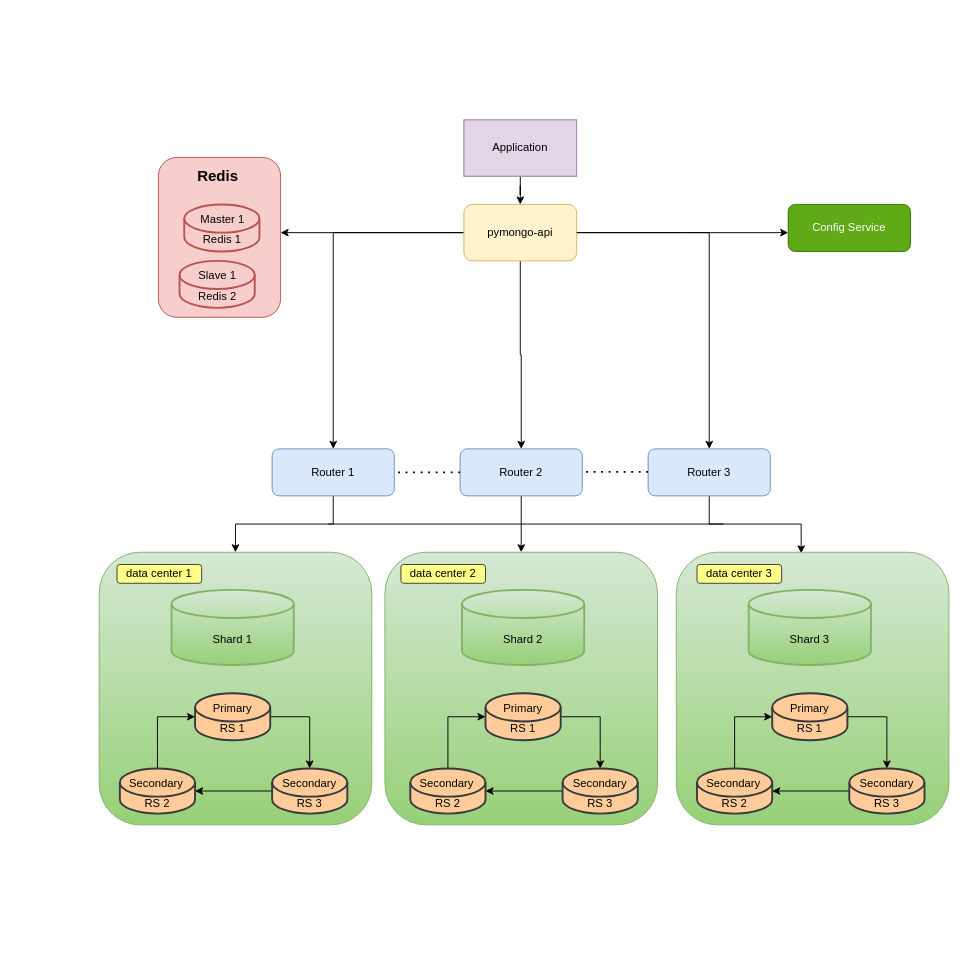
Before: page "sharding-repl-cache" (3 of 5) of task1.drawio in laksan1/architecture-sprint-2, a draw.io diagram. Source tidied: cells renumbered, new cells numbered last; positions are measured from the earlier drawing's top-left corner, leaving out a move shared by most shapes. Both pictures are drawn from the tidied source at 94%, with x=0, y=0 at pixel (99, 119).
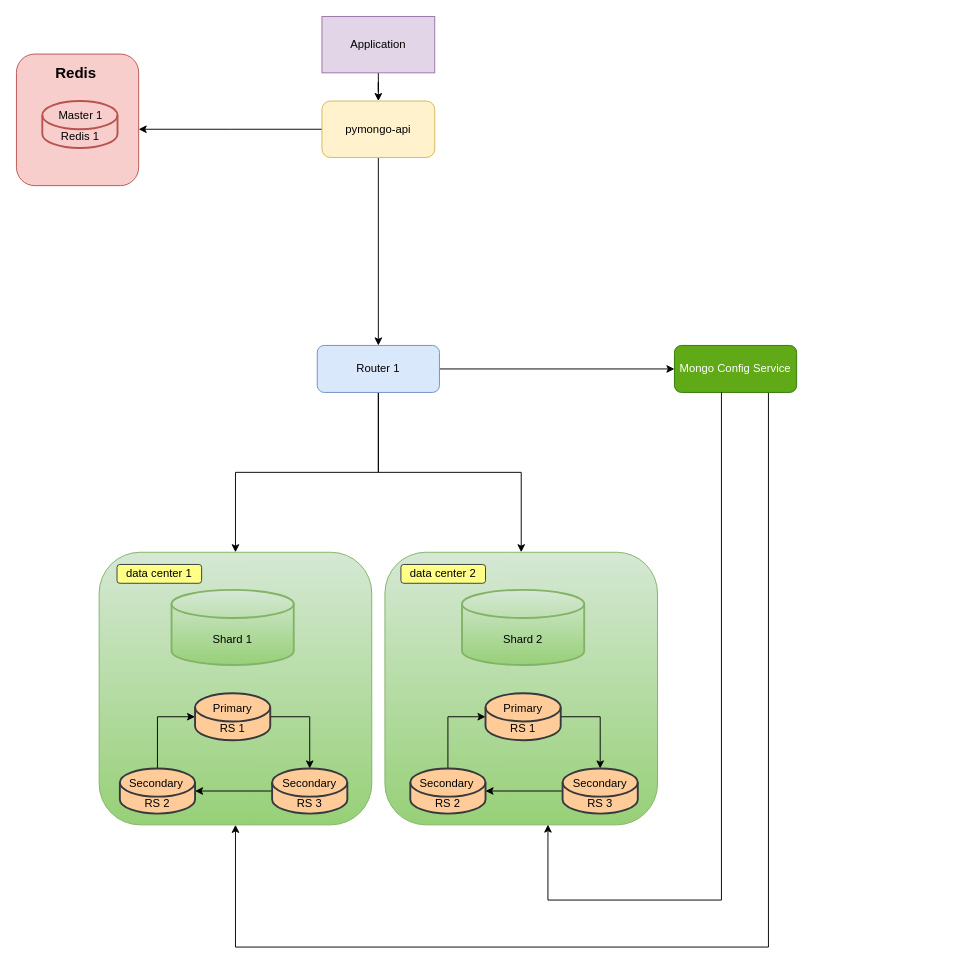
Above is the later version.

Unchanged cells that the change refers to:
```xml
<mxCell id="2" style="rounded=1;whiteSpace=wrap;html=1;fillColor=#d5e8d4;strokeColor=#82b366;gradientColor=#97d077;" parent="1" vertex="1">
  <mxGeometry y="460" width="290" height="290" as="geometry" />
</mxCell>
<mxCell id="30" style="rounded=1;whiteSpace=wrap;html=1;fillColor=#d5e8d4;strokeColor=#82b366;gradientColor=#97d077;" parent="1" vertex="1">
  <mxGeometry x="304" y="460" width="290" height="290" as="geometry" />
</mxCell>
```

What changed in the source:
```diff
@@
     <mxCell id="4" value="Application" style="rounded=0;whiteSpace=wrap;html=1;fillColor=#e1d5e7;strokeColor=#9673a6;" parent="1" vertex="1">
-      <mxGeometry x="388" width="120" height="60" as="geometry" />
+      <mxGeometry x="237" y="-110" width="120" height="60" as="geometry" />
     </mxCell>
-    <mxCell id="5" style="edgeStyle=orthogonalEdgeStyle;rounded=0;jettySize=auto;html=1;" parent="1" edge="1" source="6" target="2">
-      <mxGeometry relative="1" as="geometry" />
-    </mxCell>
-    <mxCell id="6" value="Router 1" style="rounded=1;whiteSpace=wrap;html=1;fillColor=#dae8fc;strokeColor=#6c8ebf;" parent="1" vertex="1">
-      <mxGeometry x="184" y="350" width="130" height="50" as="geometry" />
-    </mxCell>
@@
+    <mxCell id="62" style="edgeStyle=orthogonalEdgeStyle;rounded=0;jettySize=auto;html=1;entryX=0.5;entryY=0;entryDx=0;entryDy=0;" parent="1" edge="1" source="8" target="2">
+      <mxGeometry relative="1" as="geometry" />
+    </mxCell>
+    <mxCell id="63" style="edgeStyle=orthogonalEdgeStyle;rounded=0;jettySize=auto;html=1;entryX=0;entryY=0.5;entryDx=0;entryDy=0;" parent="1" edge="1" source="8" target="16">
+      <mxGeometry relative="1" as="geometry" />
+    </mxCell>
-    <mxCell id="8" value="Router 2" style="rounded=1;whiteSpace=wrap;html=1;fillColor=#dae8fc;strokeColor=#6c8ebf;" parent="1" vertex="1">
-      <mxGeometry x="384" y="350" width="130" height="50" as="geometry" />
+    <mxCell id="8" value="Router 1" style="rounded=1;whiteSpace=wrap;html=1;fillColor=#dae8fc;strokeColor=#6c8ebf;" parent="1" vertex="1">
+      <mxGeometry x="232" y="240" width="130" height="50" as="geometry" />
     </mxCell>
-    <mxCell id="9" style="edgeStyle=orthogonalEdgeStyle;rounded=0;jettySize=auto;html=1;entryX=0.458;entryY=0.004;entryDx=0;entryDy=0;entryPerimeter=0;" parent="1" edge="1" source="10" target="41">
-      <mxGeometry relative="1" as="geometry" />
-    </mxCell>
-    <mxCell id="10" value="Router 3" style="rounded=1;whiteSpace=wrap;html=1;fillColor=#dae8fc;strokeColor=#6c8ebf;" parent="1" vertex="1">
-      <mxGeometry x="584" y="350" width="130" height="50" as="geometry" />
-    </mxCell>
-    <mxCell id="11" style="edgeStyle=orthogonalEdgeStyle;rounded=0;jettySize=auto;html=1;entryX=0.5;entryY=0;entryDx=0;entryDy=0;" parent="1" edge="1" source="15" target="10">
-      <mxGeometry relative="1" as="geometry" />
-    </mxCell>
+    <mxCell id="14" style="edgeStyle=orthogonalEdgeStyle;rounded=0;jettySize=auto;html=1;" parent="1" edge="1" source="15">
+      <mxGeometry relative="1" as="geometry">
+        <mxPoint x="42" y="10" as="targetPoint" />
+      </mxGeometry>
+    </mxCell>
-    <mxCell id="12" style="edgeStyle=orthogonalEdgeStyle;rounded=0;jettySize=auto;html=1;" parent="1" edge="1" source="15" target="8">
+    <mxCell id="12" style="edgeStyle=orthogonalEdgeStyle;rounded=0;jettySize=auto;html=1;entryX=0.5;entryY=0;entryDx=0;entryDy=0;" parent="1" edge="1" source="15" target="8">
       <mxGeometry relative="1" as="geometry" />
     </mxCell>
-    <mxCell id="13" style="edgeStyle=orthogonalEdgeStyle;rounded=0;jettySize=auto;html=1;entryX=0.5;entryY=0;entryDx=0;entryDy=0;" parent="1" edge="1" source="15" target="6">
-      <mxGeometry relative="1" as="geometry" />
-    </mxCell>
-    <mxCell id="14" style="edgeStyle=orthogonalEdgeStyle;rounded=0;jettySize=auto;html=1;" parent="1" edge="1" source="15">
-      <mxGeometry relative="1" as="geometry">
-        <mxPoint x="193" y="120" as="targetPoint" />
-      </mxGeometry>
-    </mxCell>
     <mxCell id="15" value="pymongo-api" style="rounded=1;whiteSpace=wrap;html=1;fillColor=#fff2cc;strokeColor=#d6b656;" parent="1" vertex="1">
-      <mxGeometry x="388" y="90" width="120" height="60" as="geometry" />
+      <mxGeometry x="237" y="-20" width="120" height="60" as="geometry" />
     </mxCell>
+    <mxCell id="64" style="edgeStyle=orthogonalEdgeStyle;rounded=0;jettySize=auto;html=1;entryX=0.5;entryY=1;entryDx=0;entryDy=0;" parent="1" edge="1" source="16" target="2">
+      <mxGeometry relative="1" as="geometry">
+        <Array as="points">
+          <mxPoint x="712" y="880" />
+          <mxPoint x="145" y="880" />
+        </Array>
+      </mxGeometry>
+    </mxCell>
-    <mxCell id="16" value="Config Service" style="rounded=1;whiteSpace=wrap;html=1;fillColor=#60a917;fontColor=#ffffff;strokeColor=#2D7600;" parent="1" vertex="1">
-      <mxGeometry x="733" y="90" width="130" height="50" as="geometry" />
+    <mxCell id="16" value="Mongo Config Service" style="rounded=1;whiteSpace=wrap;html=1;fillColor=#60a917;fontColor=#ffffff;strokeColor=#2D7600;" parent="1" vertex="1">
+      <mxGeometry x="612" y="240" width="130" height="50" as="geometry" />
     </mxCell>
@@
-    <mxCell id="18" style="endArrow=none;dashed=1;html=1;dashPattern=1 3;strokeWidth=2;rounded=0;entryX=1;entryY=0.5;entryDx=0;entryDy=0;exitX=0;exitY=0.5;exitDx=0;exitDy=0;" parent="1" edge="1" source="8" target="6">
-      <mxGeometry relative="1" as="geometry" />
-    </mxCell>
-    <mxCell id="19" style="endArrow=none;dashed=1;html=1;dashPattern=1 3;strokeWidth=2;rounded=0;entryX=1;entryY=0.5;entryDx=0;entryDy=0;exitX=0;exitY=0.5;exitDx=0;exitDy=0;" parent="1" edge="1">
-      <mxGeometry relative="1" as="geometry">
-        <mxPoint x="584" y="374.5" as="sourcePoint" />
-        <mxPoint x="514" y="374.5" as="targetPoint" />
-      </mxGeometry>
-    </mxCell>
-    <mxCell id="20" style="edgeStyle=orthogonalEdgeStyle;rounded=0;jettySize=auto;html=1;" parent="1" edge="1" source="15">
-      <mxGeometry relative="1" as="geometry">
-        <mxPoint x="733" y="120" as="targetPoint" />
-      </mxGeometry>
-    </mxCell>
@@
-    <mxCell id="41" style="rounded=1;whiteSpace=wrap;html=1;fillColor=#d5e8d4;strokeColor=#82b366;gradientColor=#97d077;" parent="1" vertex="1">
-      <mxGeometry x="614" y="460" width="290" height="290" as="geometry" />
-    </mxCell>
-    <mxCell id="42" value="Shard 3" style="shape=cylinder3;whiteSpace=wrap;html=1;boundedLbl=1;backgroundOutline=1;size=15;strokeWidth=2;fillColor=#d5e8d4;strokeColor=#82b366;gradientColor=#97d077;" parent="1" vertex="1">
-      <mxGeometry x="691" y="500" width="130" height="80" as="geometry" />
-    </mxCell>
-    <mxCell id="43" style="edgeStyle=orthogonalEdgeStyle;rounded=0;jettySize=auto;html=1;" parent="1" edge="1" source="44" target="48">
-      <mxGeometry relative="1" as="geometry" />
-    </mxCell>
-    <mxCell id="44" value="RS 1" style="shape=cylinder3;whiteSpace=wrap;html=1;boundedLbl=1;backgroundOutline=1;size=15;strokeWidth=2;fillColor=#ffcc99;strokeColor=#36393d;" parent="1" vertex="1">
-      <mxGeometry x="716" y="610" width="80" height="50" as="geometry" />
-    </mxCell>
-    <mxCell id="45" style="edgeStyle=orthogonalEdgeStyle;rounded=0;jettySize=auto;html=1;entryX=0;entryY=0.5;entryDx=0;entryDy=0;entryPerimeter=0;" parent="1" edge="1" source="46" target="44">
-      <mxGeometry relative="1" as="geometry" />
-    </mxCell>
-    <mxCell id="46" value="RS 2" style="shape=cylinder3;whiteSpace=wrap;html=1;boundedLbl=1;backgroundOutline=1;size=15;strokeWidth=2;fillColor=#ffcc99;strokeColor=#36393d;" parent="1" vertex="1">
-      <mxGeometry x="636" y="690" width="80" height="48" as="geometry" />
-    </mxCell>
-    <mxCell id="47" style="edgeStyle=orthogonalEdgeStyle;rounded=0;jettySize=auto;html=1;" parent="1" edge="1" source="48" target="46">
-      <mxGeometry relative="1" as="geometry" />
-    </mxCell>
-    <mxCell id="48" value="RS 3" style="shape=cylinder3;whiteSpace=wrap;html=1;boundedLbl=1;backgroundOutline=1;size=15;strokeWidth=2;fillColor=#ffcc99;strokeColor=#36393d;" parent="1" vertex="1">
-      <mxGeometry x="798" y="690" width="80" height="48" as="geometry" />
-    </mxCell>
-    <mxCell id="49" value="Primary" style="text;html=1;align=center;verticalAlign=middle;whiteSpace=wrap;rounded=0;" parent="1" vertex="1">
-      <mxGeometry x="740" y="616" width="32" height="20" as="geometry" />
-    </mxCell>
-    <mxCell id="50" value="Secondary" style="text;html=1;align=center;verticalAlign=middle;whiteSpace=wrap;rounded=0;" parent="1" vertex="1">
-      <mxGeometry x="659" y="696" width="32" height="20" as="geometry" />
-    </mxCell>
-    <mxCell id="51" value="Secondary" style="text;html=1;align=center;verticalAlign=middle;whiteSpace=wrap;rounded=0;" parent="1" vertex="1">
-      <mxGeometry x="822" y="696" width="32" height="20" as="geometry" />
-    </mxCell>
@@
-    <mxCell id="54" value="data center 3" style="rounded=1;whiteSpace=wrap;html=1;fillColor=#ffff88;strokeColor=#36393d;" parent="1" vertex="1">
-      <mxGeometry x="636" y="473" width="90" height="20" as="geometry" />
-    </mxCell>
-    <mxCell id="55" style="endArrow=none;html=1;rounded=0;" parent="1" edge="1">
-      <mxGeometry relative="1" as="geometry">
-        <mxPoint x="244" y="430" as="sourcePoint" />
-        <mxPoint x="664" y="430" as="targetPoint" />
-      </mxGeometry>
-    </mxCell>
     <mxCell id="56" value="&lt;div&gt;&lt;br&gt;&lt;/div&gt;&lt;div&gt;&lt;br&gt;&lt;/div&gt;" style="rounded=1;whiteSpace=wrap;html=1;fillColor=#f8cecc;strokeColor=#b85450;" parent="1" vertex="1">
-      <mxGeometry x="63" y="40" width="130" height="170" as="geometry" />
+      <mxGeometry x="-88" y="-70" width="130" height="140" as="geometry" />
     </mxCell>
     <mxCell id="57" value="Redis 1" style="shape=cylinder3;whiteSpace=wrap;html=1;boundedLbl=1;backgroundOutline=1;size=15;strokeWidth=2;fillColor=#f8cecc;strokeColor=#b85450;" parent="1" vertex="1">
-      <mxGeometry x="90.5" y="90" width="80" height="50" as="geometry" />
+      <mxGeometry x="-60.5" y="-20" width="80" height="50" as="geometry" />
     </mxCell>
     <mxCell id="58" value="Master 1" style="text;html=1;align=center;verticalAlign=middle;whiteSpace=wrap;rounded=0;" parent="1" vertex="1">
-      <mxGeometry x="102" y="96" width="58.5" height="20" as="geometry" />
+      <mxGeometry x="-49" y="-14" width="58.5" height="20" as="geometry" />
     </mxCell>
-    <mxCell id="59" value="Redis 2" style="shape=cylinder3;whiteSpace=wrap;html=1;boundedLbl=1;backgroundOutline=1;size=15;strokeWidth=2;fillColor=#f8cecc;strokeColor=#b85450;" parent="1" vertex="1">
-      <mxGeometry x="85.5" y="150" width="80" height="50" as="geometry" />
-    </mxCell>
-    <mxCell id="60" value="Slave 1" style="text;html=1;align=center;verticalAlign=middle;whiteSpace=wrap;rounded=0;" parent="1" vertex="1">
-      <mxGeometry x="98.8" y="156" width="53.5" height="20" as="geometry" />
-    </mxCell>
     <mxCell id="61" value="Redis" style="text;strokeColor=none;fillColor=none;html=1;fontSize=16;fontStyle=1;verticalAlign=middle;align=center;" parent="1" vertex="1">
-      <mxGeometry x="90.5" y="50" width="71.8" height="20" as="geometry" />
+      <mxGeometry x="-60.5" y="-60" width="71.8" height="20" as="geometry" />
     </mxCell>
+    <mxCell id="65" style="edgeStyle=orthogonalEdgeStyle;rounded=0;jettySize=auto;html=1;entryX=0.598;entryY=0.999;entryDx=0;entryDy=0;entryPerimeter=0;" parent="1" edge="1" source="16" target="30">
+      <mxGeometry relative="1" as="geometry">
+        <Array as="points">
+          <mxPoint x="662" y="830" />
+          <mxPoint x="477" y="830" />
+        </Array>
+      </mxGeometry>
+    </mxCell>
```
